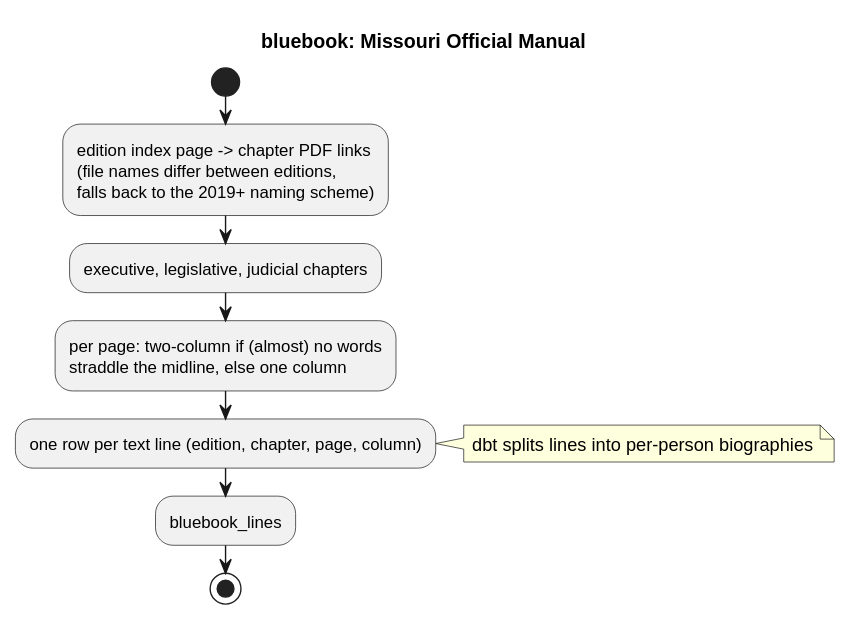
Before: docs/diagrams/sources/bluebook.svg, a diagram exported from PlantUML (akettmann/missouri_gov_feed). Its source is kept beside it as docs/diagrams/sources/bluebook.puml. The source it was exported from:
```plantuml
@startuml bluebook
title bluebook: Missouri Official Manual
start
:edition index page -> chapter PDF links
(file names differ between editions,
falls back to the 2019+ naming scheme);
:executive, legislative, judicial chapters;
:per page: two-column if (almost) no words
straddle the midline, else one column;
:one row per text line (edition, chapter, page, column);
note right: dbt splits lines into per-person biographies
:bluebook_lines;
stop
@enduml
```
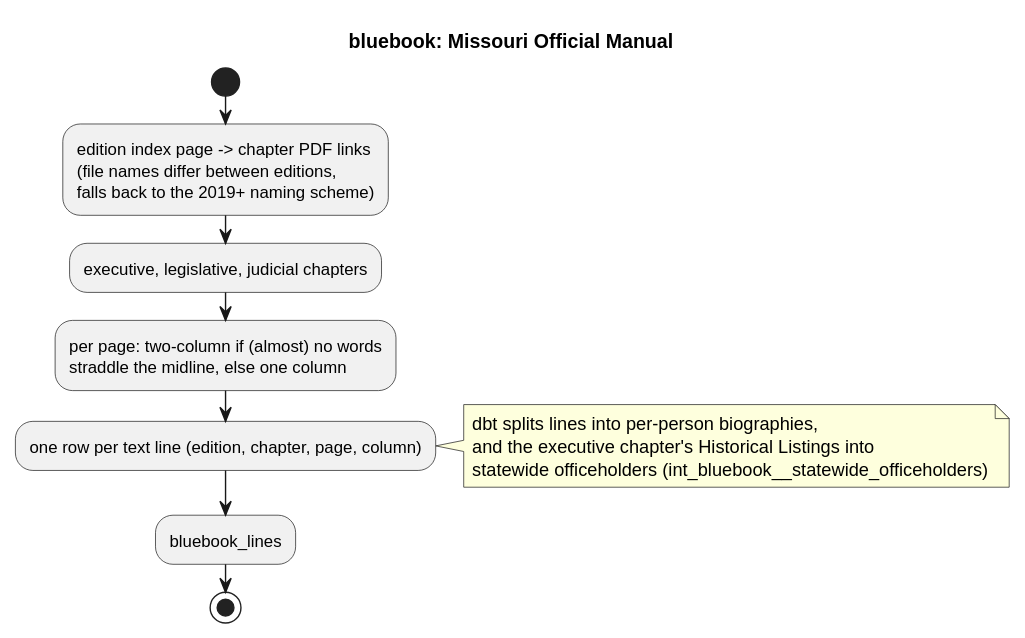
After the change.

Diff of the diagram source:
```diff
@@ -8,7 +8,7 @@
 :per page: two-column if (almost) no words
 straddle the midline, else one column;
 :one row per text line (edition, chapter, page, column);
-note right: dbt splits lines into per-person biographies
+note right: dbt splits lines into per-person biographies,\nand the executive chapter's Historical Listings into\nstatewide officeholders (int_bluebook__statewide_officeholders)
 :bluebook_lines;
 stop
 @enduml
```
